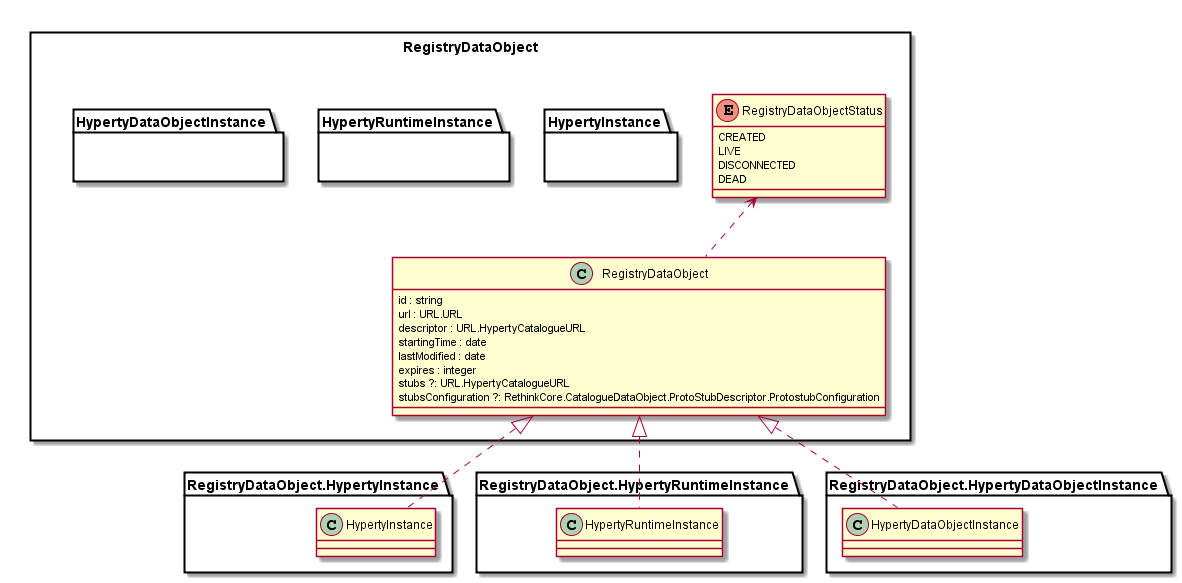
Above: docs/datamodel/core/hyperty-registry/Registry-Data-Object.png in reTHINK-project/dev-service-framework (PlantUML), before the change.
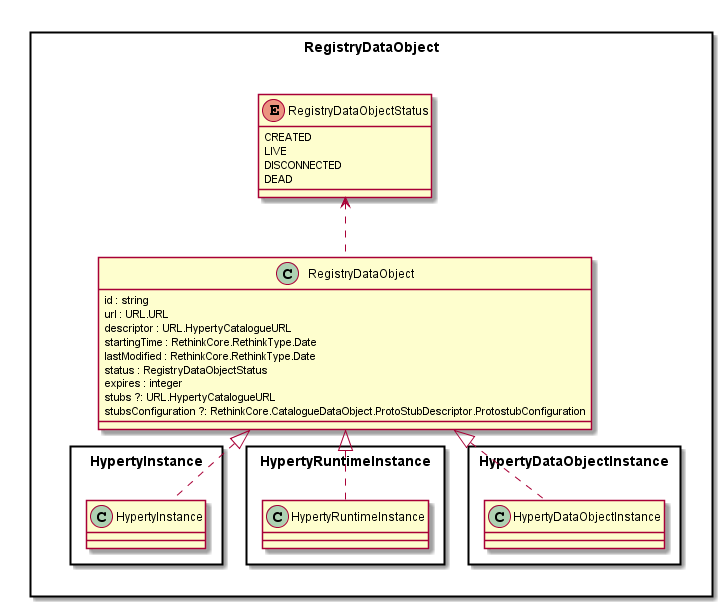
The same file after the commit.

Commit message:
Added Action data model to be used by actuators

What changed in the source:
```diff
@@ -6,8 +6,9 @@
 		id : string
 		url : URL.URL
 		descriptor : URL.HypertyCatalogueURL
-		startingTime : date
-		lastModified : date
+		startingTime : RethinkCore.RethinkType.Date
+		lastModified : RethinkCore.RethinkType.Date
+		status : RegistryDataObjectStatus
 		expires : integer
 		stubs ?: URL.HypertyCatalogueURL
 		stubsConfiguration ?: RethinkCore.CatalogueDataObject.ProtoStubDescriptor.ProtostubConfiguration
@@ -31,8 +32,10 @@
 
 	RegistryDataObject .up.> RegistryDataObjectStatus
 
-	RegistryDataObject.HypertyInstance.HypertyInstance .up.|> RegistryDataObject
-	RegistryDataObject.HypertyRuntimeInstance.HypertyRuntimeInstance .up.|> RegistryDataObject
-	RegistryDataObject.HypertyDataObjectInstance.HypertyDataObjectInstance .up.|> RegistryDataObject
+	HypertyInstance.HypertyInstance .up.|> RegistryDataObject
+	HypertyRuntimeInstance.HypertyRuntimeInstance .up.|> RegistryDataObject
+	HypertyDataObjectInstance.HypertyDataObjectInstance .up.|> RegistryDataObject
+
 }
+
 @enduml
```
